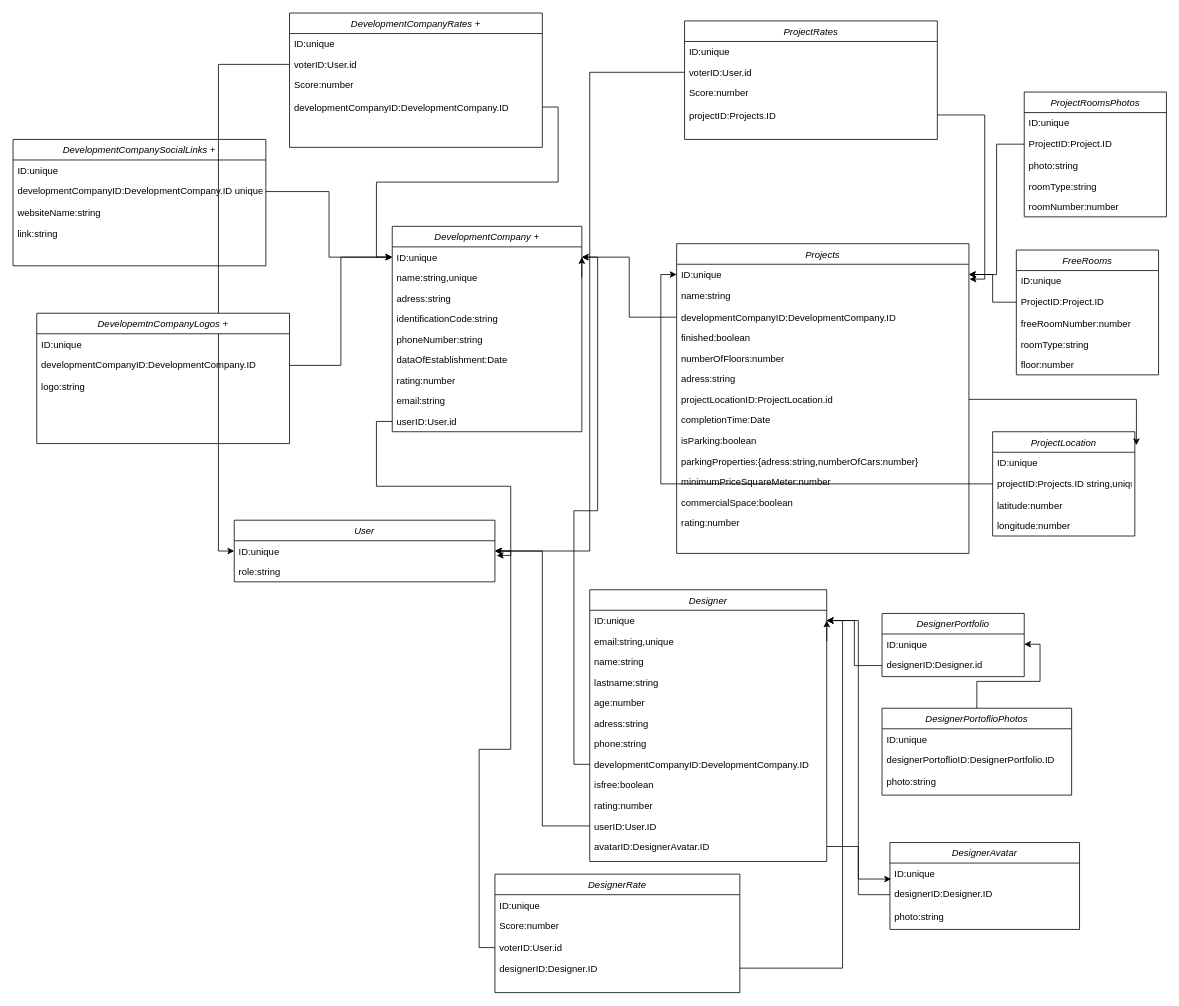
JangveladzeDima/development-project keeps this draw.io diagram as page "Page-1" (1 of 2) of development-project-plans/DatabaseModels.drawio. Above is the earlier version. Source tidied: cells renumbered, new cells numbered last; positions are measured from the earlier drawing's top-left corner, leaving out a move shared by most shapes. Both pictures are drawn from the tidied source at 79%, with x=0, y=0 at pixel (13, 13).
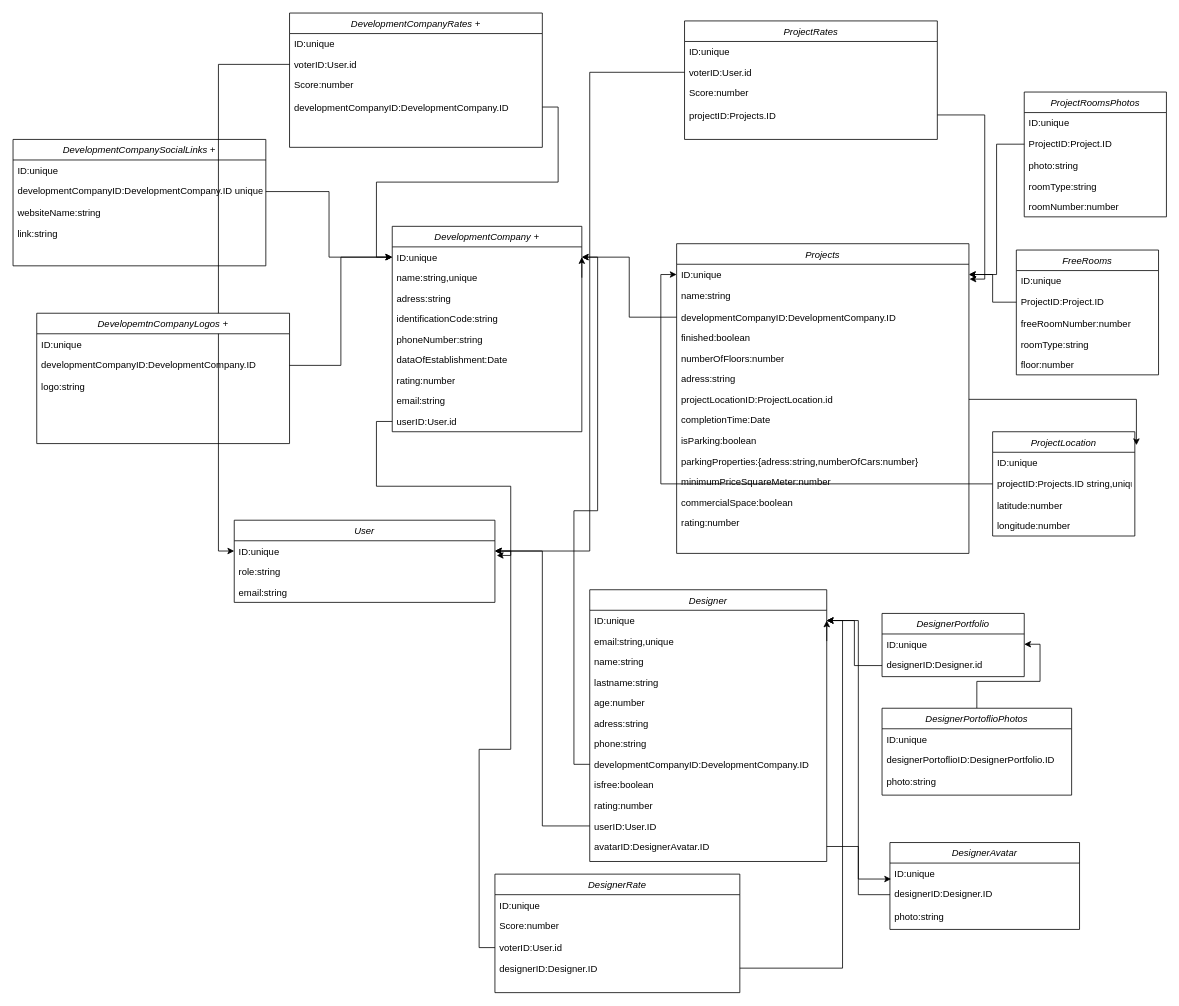
The same diagram, later.

What changed in the source:
```diff
@@
     <mxCell id="45" value="User" style="swimlane;fontStyle=2;align=center;verticalAlign=top;horizontal=1;startSize=26;rounded=0;shadow=0;strokeWidth=1;" parent="1" vertex="1">
-      <mxGeometry x="280" y="642" width="330" height="78" as="geometry" />
+      <mxGeometry x="280" y="642" width="330" height="104" as="geometry" />
     </mxCell>
@@
+    <mxCell id="116" value="email:string" style="text;align=left;verticalAlign=top;spacingLeft=4;spacingRight=4;overflow=hidden;rounded=0;shadow=0;html=0;" parent="45" vertex="1">
+      <mxGeometry y="78" width="330" height="26" as="geometry" />
+    </mxCell>
```
